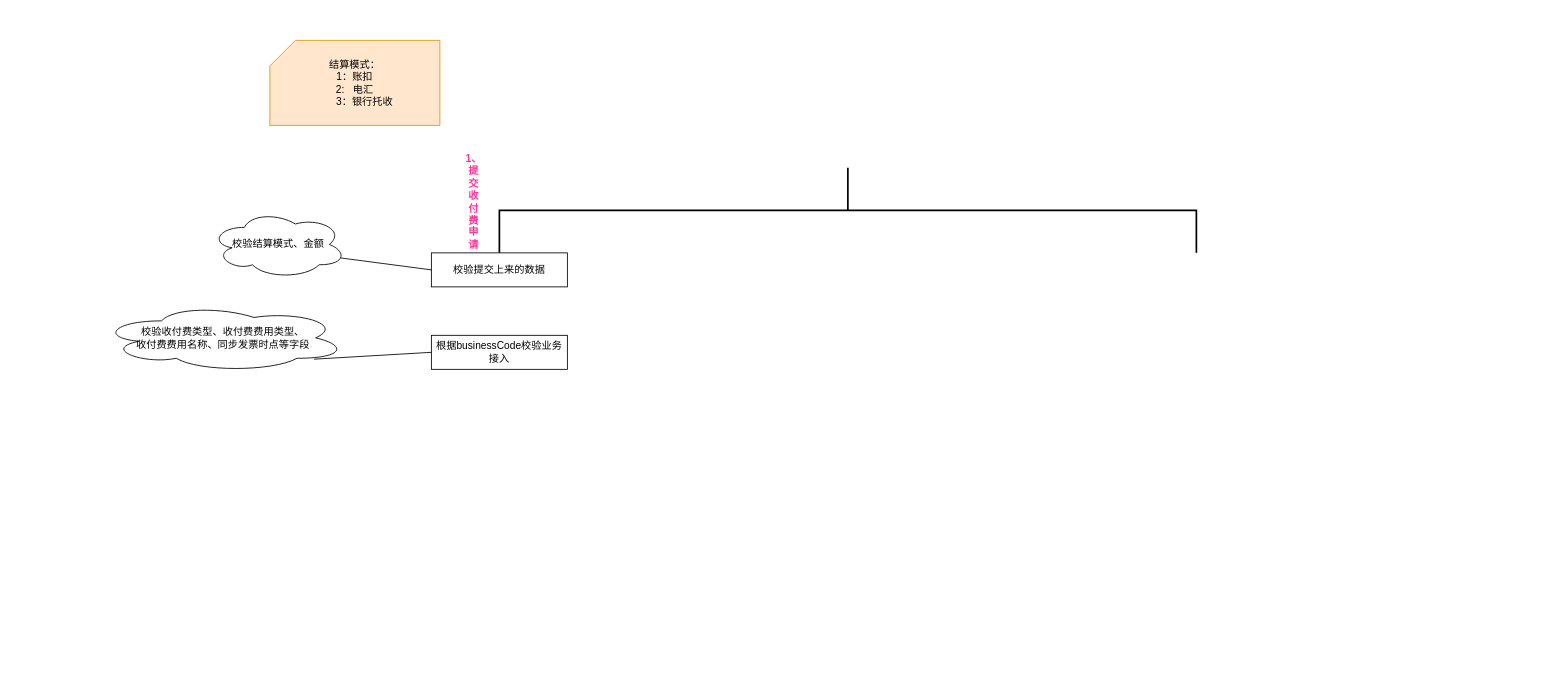
Earlier version of the draw.io diagram 收付费流程.drawio (baiymfkese/doc). Source tidied: cells renumbered, new cells numbered last; positions are measured from the earlier drawing's top-left corner, leaving out a move shared by most shapes. Both pictures are drawn from the tidied source at 85%, with x=0, y=0 at pixel (99, 40).
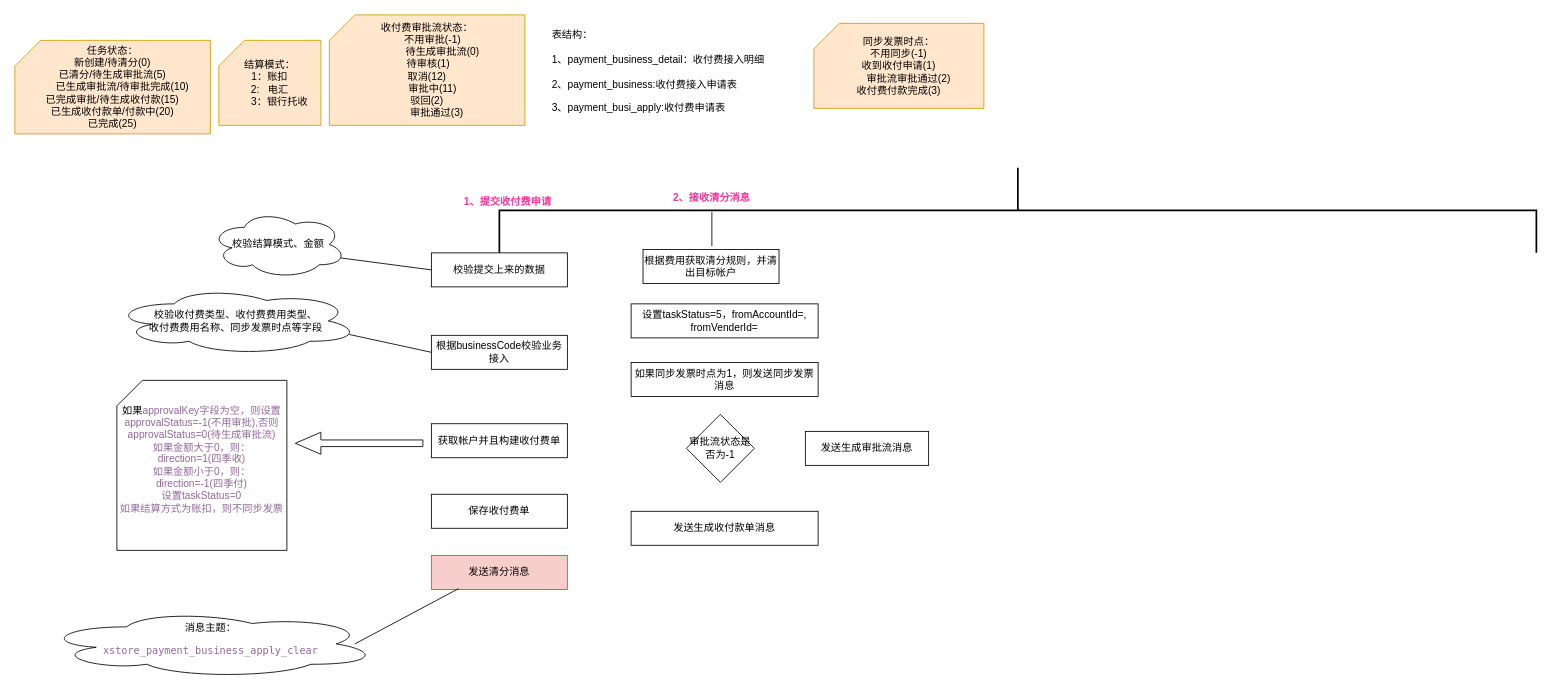
Above is the later version.

Commit message (it also covers changes not shown here):
Update 收付费流程.drawio

The change refers to these unchanged cells:
```xml
<mxCell id="8" value="根据businessCode校验业务接入" style="rounded=0;whiteSpace=wrap;html=1;" parent="1" vertex="1">
  <mxGeometry x="390" y="347" width="160" height="40" as="geometry" />
</mxCell>
```

What changed in the source:
```diff
@@
     <mxCell id="2" style="strokeWidth=2;html=1;shape=mxgraph.flowchart.annotation_2;align=left;direction=south;" parent="1" vertex="1">
-      <mxGeometry x="470" y="150" width="820" height="100" as="geometry" />
+      <mxGeometry x="470" y="150" width="1220" height="100" as="geometry" />
     </mxCell>
@@
-    <mxCell id="4" value="&lt;b&gt;&lt;font color=&quot;#FF3399&quot;&gt;1、提交收付费申请&lt;/font&gt;&lt;/b&gt;" style="text;html=1;strokeColor=none;fillColor=none;align=center;verticalAlign=middle;whiteSpace=wrap;rounded=0;direction=south;" parent="1" vertex="1">
-      <mxGeometry x="430" y="130" width="20" height="120" as="geometry" />
+    <mxCell id="4" value="&lt;b&gt;&lt;font color=&quot;#FF3399&quot;&gt;1、提交收付费申请&lt;/font&gt;&lt;/b&gt;" style="text;html=1;strokeColor=none;fillColor=none;align=center;verticalAlign=middle;whiteSpace=wrap;rounded=0;direction=west;" parent="1" vertex="1">
+      <mxGeometry x="420" y="180" width="120" height="20" as="geometry" />
     </mxCell>
     <mxCell id="5" value="结算模式：&lt;br&gt;1：账扣&lt;br&gt;2:&amp;nbsp;&amp;nbsp; 电汇&lt;br&gt;&amp;nbsp;&amp;nbsp;&amp;nbsp;&amp;nbsp;&amp;nbsp;&amp;nbsp; 3：银行托收" style="shape=card;whiteSpace=wrap;html=1;fillColor=#ffe6cc;strokeColor=#d79b00;" parent="1" vertex="1">
-      <mxGeometry x="200" width="200" height="100" as="geometry" />
+      <mxGeometry x="140" width="120" height="100" as="geometry" />
     </mxCell>
@@
     <mxCell id="9" value="校验收付费类型、收付费费用类型、&lt;br&gt;收付费费用名称、同步发票时点等字段" style="ellipse;shape=cloud;whiteSpace=wrap;html=1;fillColor=none;" parent="1" vertex="1">
-      <mxGeometry y="310" width="290" height="80" as="geometry" />
+      <mxGeometry x="15" y="290" width="290" height="80" as="geometry" />
     </mxCell>
-    <mxCell id="10" style="endArrow=none;html=1;exitX=0.869;exitY=0.813;exitDx=0;exitDy=0;exitPerimeter=0;entryX=0;entryY=0.5;entryDx=0;entryDy=0;" parent="1" edge="1" source="9" target="8">
+    <mxCell id="10" style="endArrow=none;html=1;exitX=0.96;exitY=0.7;exitDx=0;exitDy=0;exitPerimeter=0;entryX=0;entryY=0.5;entryDx=0;entryDy=0;" parent="1" edge="1" source="9" target="8">
       <mxGeometry relative="1" as="geometry" />
     </mxCell>
+    <mxCell id="11" value="收付费审批流状态：&lt;br&gt;&amp;nbsp;&amp;nbsp;&amp;nbsp; 不用审批(-1)&lt;br&gt;&amp;nbsp;&amp;nbsp;&amp;nbsp;&amp;nbsp;&amp;nbsp;&amp;nbsp;&amp;nbsp;&amp;nbsp;&amp;nbsp;&amp;nbsp; 待生成审批流(0)&lt;br&gt;&amp;nbsp;待审核(1)&lt;br&gt;取消(12)&lt;br&gt;&amp;nbsp;&amp;nbsp;&amp;nbsp; 审批中(11)&lt;br&gt;驳回(2)&lt;br&gt;&amp;nbsp;&amp;nbsp;&amp;nbsp;&amp;nbsp;&amp;nbsp;&amp;nbsp; 审批通过(3)" style="shape=card;whiteSpace=wrap;html=1;fillColor=#ffe6cc;strokeColor=#d79b00;" parent="1" vertex="1">
+      <mxGeometry x="270" y="-30" width="230" height="130" as="geometry" />
+    </mxCell>
+    <mxCell id="12" value="获取帐户并且构建收付费单" style="rounded=0;whiteSpace=wrap;html=1;" parent="1" vertex="1">
+      <mxGeometry x="390" y="451" width="160" height="40" as="geometry" />
+    </mxCell>
+    <mxCell id="13" value="如果&lt;span style=&quot;color: #92679a&quot;&gt;approvalKey字段为空，则设置&lt;br&gt;approvalStatus=-1(不用审批),否则&lt;br&gt;&lt;/span&gt;&lt;span style=&quot;color: #92679a&quot;&gt;approvalStatus=0(待生成审批流)&lt;br&gt;如果金额大于0，则：&lt;br&gt;direction=1(四季收)&lt;br&gt;如果金额小于0，则：&lt;br&gt;direction=-1(四季付)&lt;br&gt;设置taskStatus=0&lt;br&gt;如果结算方式为账扣，则不同步发票&lt;br&gt;&lt;br&gt;&lt;/span&gt;&lt;span style=&quot;color: #92679a&quot;&gt;&lt;/span&gt;" style="shape=card;whiteSpace=wrap;html=1;fillColor=none;" parent="1" vertex="1">
+      <mxGeometry x="20" y="400" width="200" height="200" as="geometry" />
+    </mxCell>
+    <mxCell id="14" style="shape=singleArrow;direction=west;whiteSpace=wrap;html=1;fillColor=none;" parent="1" vertex="1">
+      <mxGeometry x="230" y="461" width="150" height="26" as="geometry" />
+    </mxCell>
+    <mxCell id="15" value="表结构：&#10;&#10;1、payment_business_detail：收付费接入明细&#10;&#10;2、payment_business:收付费接入申请表&#10;&#10;3、payment_busi_apply:收付费申请表" style="text;html=1;" parent="1" vertex="1">
+      <mxGeometry x="530" y="-20" width="280" height="110" as="geometry" />
+    </mxCell>
+    <mxCell id="16" value="任务状态：&lt;br&gt;新创建/待清分(0)&lt;br&gt;已清分/待生成审批流(5)&lt;br&gt;&amp;nbsp;&amp;nbsp;&amp;nbsp;&amp;nbsp;&amp;nbsp;&amp;nbsp; 已生成审批流/待审批完成(10)&lt;br&gt;已完成审批/待生成收付款(15)&lt;br&gt;已生成收付款单/付款中(20)&lt;br&gt;已完成(25)" style="shape=card;whiteSpace=wrap;html=1;fillColor=#ffe6cc;strokeColor=#d79b00;" parent="1" vertex="1">
+      <mxGeometry x="-100" width="230" height="110" as="geometry" />
+    </mxCell>
+    <mxCell id="17" value="保存收付费单" style="rounded=0;whiteSpace=wrap;html=1;" parent="1" vertex="1">
+      <mxGeometry x="390" y="534" width="160" height="40" as="geometry" />
+    </mxCell>
+    <mxCell id="18" value="发送清分消息" style="rounded=0;whiteSpace=wrap;html=1;fillColor=#f8cecc;strokeColor=#b85450;" parent="1" vertex="1">
+      <mxGeometry x="390" y="606" width="160" height="40" as="geometry" />
+    </mxCell>
+    <mxCell id="19" value="消息主题：&lt;br&gt;&lt;pre style=&quot;background-color: #ffffff ; color: #000000 ; font-family: &amp;#34;menlo&amp;#34; ; font-size: 9.0pt&quot;&gt;&lt;span style=&quot;color: #92679a&quot;&gt;xstore_payment_business_apply_clear&lt;/span&gt;&lt;/pre&gt;" style="ellipse;shape=cloud;whiteSpace=wrap;html=1;fillColor=none;" parent="1" vertex="1">
+      <mxGeometry x="-67.5" y="670" width="395" height="80" as="geometry" />
+    </mxCell>
+    <mxCell id="20" style="endArrow=none;html=1;entryX=0.2;entryY=0.975;entryDx=0;entryDy=0;entryPerimeter=0;" parent="1" edge="1" target="18">
+      <mxGeometry relative="1" as="geometry">
+        <mxPoint x="300" y="710" as="sourcePoint" />
+      </mxGeometry>
+    </mxCell>
+    <mxCell id="21" value="同步发票时点：&lt;br&gt;不用同步(-1)&lt;br&gt;收到收付申请(1)&lt;br&gt;&amp;nbsp;&amp;nbsp;&amp;nbsp;&amp;nbsp;&amp;nbsp;&amp;nbsp; 审批流审批通过(2)&lt;br&gt;收付费付款完成(3)" style="shape=card;whiteSpace=wrap;html=1;fillColor=#ffe6cc;strokeColor=#d79b00;" parent="1" vertex="1">
+      <mxGeometry x="840" y="-20" width="200" height="100" as="geometry" />
+    </mxCell>
+    <mxCell id="22" style="endArrow=none;html=1;" parent="1" edge="1">
+      <mxGeometry relative="1" as="geometry">
+        <mxPoint x="720" y="242" as="sourcePoint" />
+        <mxPoint x="720" y="202" as="targetPoint" />
+      </mxGeometry>
+    </mxCell>
+    <mxCell id="23" value="根据费用获取清分规则，并清出目标帐户" style="rounded=0;whiteSpace=wrap;html=1;" parent="1" vertex="1">
+      <mxGeometry x="639" y="246" width="160" height="40" as="geometry" />
+    </mxCell>
+    <mxCell id="24" value="&lt;b&gt;&lt;font color=&quot;#FF3399&quot;&gt;2、接收清分消息&lt;/font&gt;&lt;/b&gt;" style="text;html=1;strokeColor=none;fillColor=none;align=center;verticalAlign=middle;whiteSpace=wrap;rounded=0;direction=west;" parent="1" vertex="1">
+      <mxGeometry x="660" y="176" width="120" height="20" as="geometry" />
+    </mxCell>
+    <mxCell id="25" value="设置taskStatus=5，fromAccountId=,&lt;br&gt;fromVenderId=" style="rounded=0;whiteSpace=wrap;html=1;" parent="1" vertex="1">
+      <mxGeometry x="625" y="310" width="220" height="40" as="geometry" />
+    </mxCell>
+    <mxCell id="26" value="如果同步发票时点为1，则发送同步发票消息" style="rounded=0;whiteSpace=wrap;html=1;" parent="1" vertex="1">
+      <mxGeometry x="625" y="379" width="220" height="40" as="geometry" />
+    </mxCell>
+    <mxCell id="27" value="发送生成收付款单消息" style="rounded=0;whiteSpace=wrap;html=1;" parent="1" vertex="1">
+      <mxGeometry x="625" y="554" width="220" height="40" as="geometry" />
+    </mxCell>
+    <mxCell id="28" value="发送生成审批流消息" style="rounded=0;whiteSpace=wrap;html=1;" parent="1" vertex="1">
+      <mxGeometry x="830" y="460" width="145" height="40" as="geometry" />
+    </mxCell>
+    <mxCell id="29" value="审批流状态是否为-1" style="rhombus;whiteSpace=wrap;html=1;fillColor=none;" parent="1" vertex="1">
+      <mxGeometry x="690" y="440" width="80" height="80" as="geometry" />
+    </mxCell>
```
